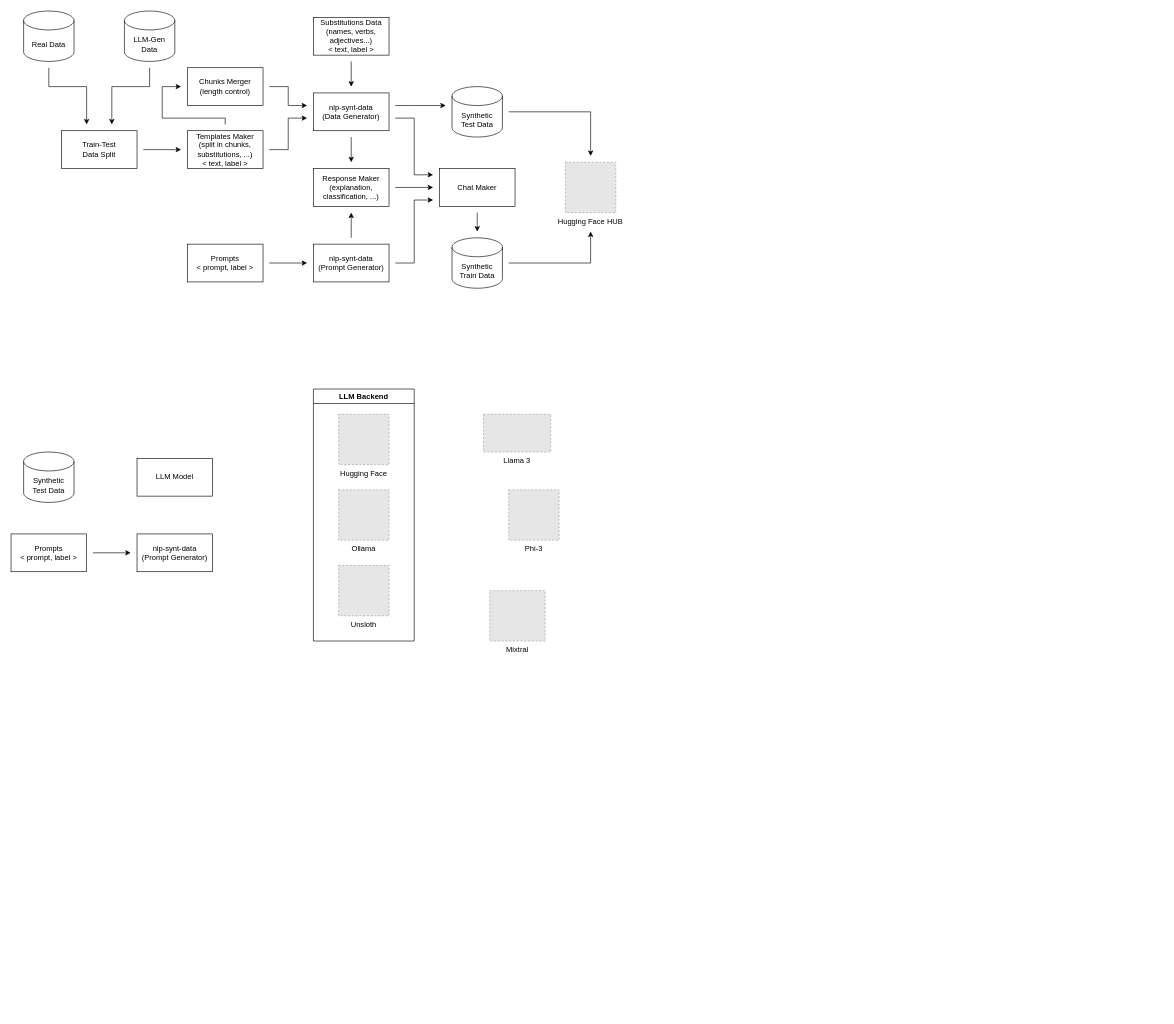
Above: assets/pipeline.drawio in tommasoromano/unimi-language-detection (draw.io), before the change. Source tidied: cells renumbered, new cells numbered last; positions are measured from the earlier drawing's top-left corner, leaving out a move shared by most shapes. Both pictures are drawn from the tidied source at 63%, with x=0, y=0 at pixel (11, 11). Pictures stored in the file or linked from it are replaced by grey dashed boxes.
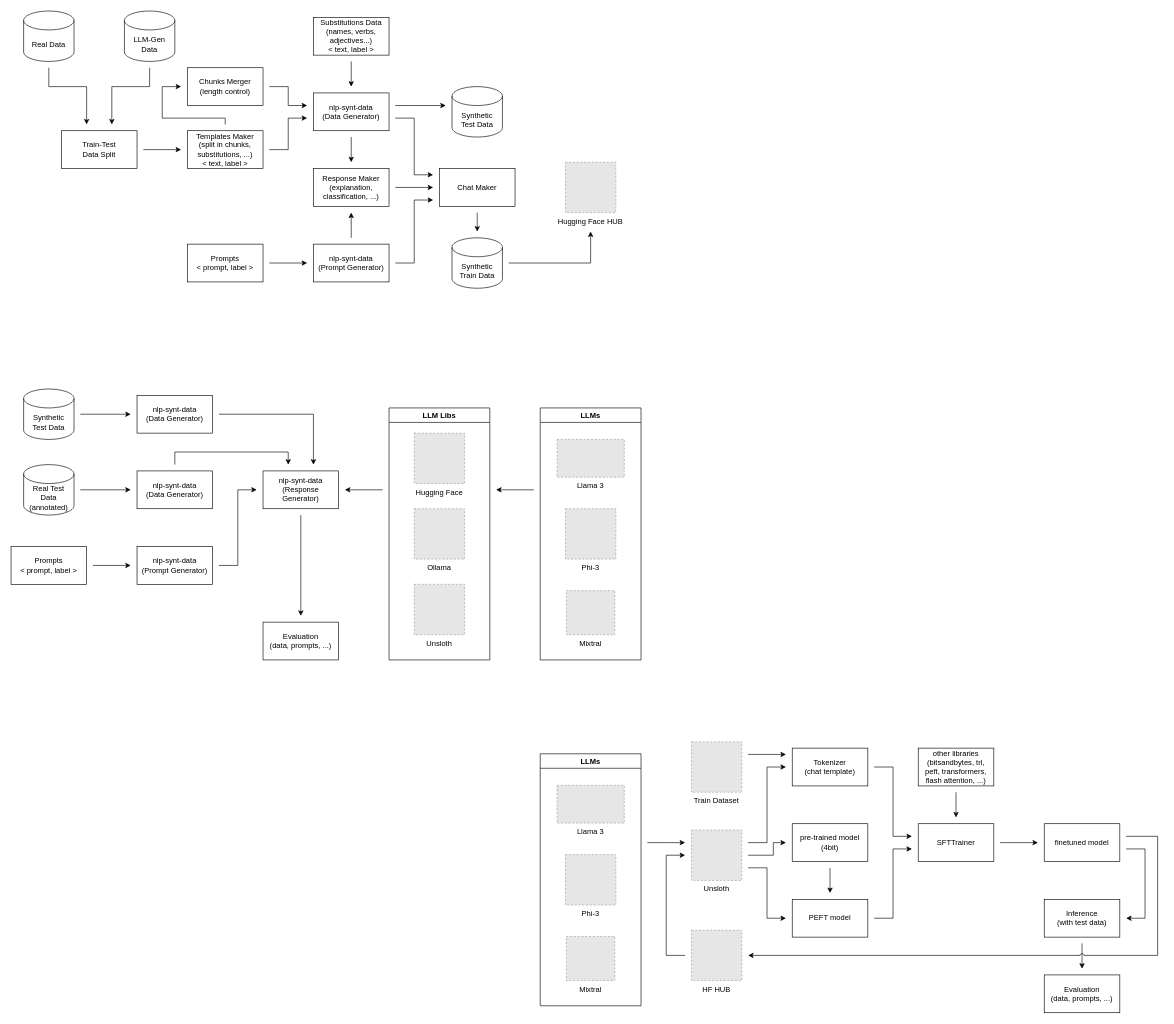
After the change.

The change refers to these unchanged cells:
```xml
<mxCell id="19" value="Hugging Face HUB" style="fillColor=#E6E6E6;strokeColor=#999999;dashed=1;verticalLabelPosition=bottom;labelBackgroundColor=default;verticalAlign=top;" parent="1" vertex="1">
  <mxGeometry x="880" y="240" width="80" height="80" as="geometry" />
</mxCell>
<mxCell id="30" value="Synthetic&lt;div&gt;Test Data&lt;/div&gt;" style="shape=cylinder3;whiteSpace=wrap;html=1;boundedLbl=1;backgroundOutline=1;size=15;" parent="1" vertex="1">
  <mxGeometry x="700" y="120" width="80" height="80" as="geometry" />
</mxCell>
```

Diff of the diagram source:
```diff
@@
-    <mxCell id="29" style="edgeStyle=orthogonalEdgeStyle;rounded=0;jettySize=auto;html=1;targetPerimeterSpacing=10;sourcePerimeterSpacing=10;" parent="1" edge="1" source="30" target="19">
-      <mxGeometry relative="1" as="geometry" />
-    </mxCell>
@@
+    <mxCell id="45" style="edgeStyle=orthogonalEdgeStyle;rounded=0;jettySize=auto;html=1;targetPerimeterSpacing=10;sourcePerimeterSpacing=10;" parent="1" edge="1" source="33" target="37">
+      <mxGeometry relative="1" as="geometry" />
+    </mxCell>
-    <mxCell id="33" value="Synthetic&lt;div&gt;Test Data&lt;/div&gt;" style="shape=cylinder3;whiteSpace=wrap;html=1;boundedLbl=1;backgroundOutline=1;size=15;" parent="1" vertex="1">
-      <mxGeometry x="20" y="700" width="80" height="80" as="geometry" />
+    <mxCell id="33" value="&lt;span style=&quot;background-color: initial;&quot;&gt;Real Test Data&lt;/span&gt;&lt;div&gt;&lt;span style=&quot;background-color: initial;&quot;&gt;(annotated)&lt;/span&gt;&lt;/div&gt;" style="shape=cylinder3;whiteSpace=wrap;html=1;boundedLbl=1;backgroundOutline=1;size=15;" parent="1" vertex="1">
+      <mxGeometry x="20" y="720" width="80" height="80" as="geometry" />
     </mxCell>
@@
     <mxCell id="35" value="Prompts&lt;div&gt;&amp;lt; prompt, label &amp;gt;&lt;/div&gt;" style="whiteSpace=wrap;html=1;" parent="1" vertex="1">
-      <mxGeometry y="830" width="120" height="60" as="geometry" />
+      <mxGeometry y="850" width="120" height="60" as="geometry" />
     </mxCell>
+    <mxCell id="46" style="edgeStyle=orthogonalEdgeStyle;rounded=0;jettySize=auto;html=1;targetPerimeterSpacing=10;sourcePerimeterSpacing=10;" parent="1" edge="1" source="36" target="56">
+      <mxGeometry relative="1" as="geometry">
+        <Array as="points">
+          <mxPoint x="360" y="880" />
+          <mxPoint x="360" y="760" />
+        </Array>
+      </mxGeometry>
+    </mxCell>
     <mxCell id="36" value="nlp-synt-data&lt;div&gt;(Prompt Generator)&lt;/div&gt;" style="whiteSpace=wrap;html=1;" parent="1" vertex="1">
-      <mxGeometry x="200" y="830" width="120" height="60" as="geometry" />
+      <mxGeometry x="200" y="850" width="120" height="60" as="geometry" />
     </mxCell>
+    <mxCell id="47" style="edgeStyle=orthogonalEdgeStyle;rounded=0;jettySize=auto;html=1;targetPerimeterSpacing=10;sourcePerimeterSpacing=10;" parent="1" edge="1" source="37" target="56">
+      <mxGeometry relative="1" as="geometry">
+        <Array as="points">
+          <mxPoint x="260" y="700" />
+          <mxPoint x="440" y="700" />
+        </Array>
+      </mxGeometry>
+    </mxCell>
-    <mxCell id="37" value="LLM Model" style="whiteSpace=wrap;html=1;" parent="1" vertex="1">
-      <mxGeometry x="200" y="710" width="120" height="60" as="geometry" />
+    <mxCell id="37" value="nlp-synt-data&lt;div&gt;(Data Generator)&lt;/div&gt;" style="whiteSpace=wrap;html=1;" parent="1" vertex="1">
+      <mxGeometry x="200" y="730" width="120" height="60" as="geometry" />
     </mxCell>
+    <mxCell id="48" style="edgeStyle=orthogonalEdgeStyle;rounded=0;jettySize=auto;html=1;targetPerimeterSpacing=10;sourcePerimeterSpacing=10;" parent="1" edge="1" source="38" target="56">
+      <mxGeometry relative="1" as="geometry">
+        <Array as="points">
+          <mxPoint x="560" y="760" />
+          <mxPoint x="560" y="760" />
+        </Array>
+      </mxGeometry>
+    </mxCell>
-    <mxCell id="38" value="LLM Backend" style="swimlane;" parent="1" vertex="1">
-      <mxGeometry x="480" y="600" width="160" height="400" as="geometry" />
+    <mxCell id="38" value="LLM Libs" style="swimlane;" parent="1" vertex="1">
+      <mxGeometry x="600" y="630" width="160" height="400" as="geometry" />
     </mxCell>
@@
+    <mxCell id="49" style="edgeStyle=orthogonalEdgeStyle;rounded=0;jettySize=auto;html=1;targetPerimeterSpacing=10;sourcePerimeterSpacing=10;" parent="1" edge="1" source="50" target="38">
+      <mxGeometry relative="1" as="geometry">
+        <Array as="points">
+          <mxPoint x="780" y="760" />
+          <mxPoint x="780" y="760" />
+        </Array>
+      </mxGeometry>
+    </mxCell>
+    <mxCell id="50" value="LLMs" style="swimlane;" parent="1" vertex="1">
+      <mxGeometry x="840" y="630" width="160" height="400" as="geometry" />
+    </mxCell>
-    <mxCell id="42" value="Llama 3" style="fillColor=#E6E6E6;strokeColor=#999999;dashed=1;verticalLabelPosition=bottom;labelBackgroundColor=default;verticalAlign=top;" parent="1" vertex="1">
-      <mxGeometry x="750" y="640" width="106.7" height="60" as="geometry" />
+    <mxCell id="42" value="Llama 3" style="fillColor=#E6E6E6;strokeColor=#999999;dashed=1;verticalLabelPosition=bottom;labelBackgroundColor=default;verticalAlign=top;" parent="50" vertex="1">
+      <mxGeometry x="26.7" y="50" width="106.7" height="60" as="geometry" />
     </mxCell>
-    <mxCell id="43" value="Phi-3" style="fillColor=#E6E6E6;strokeColor=#999999;dashed=1;verticalLabelPosition=bottom;labelBackgroundColor=default;verticalAlign=top;" parent="1" vertex="1">
-      <mxGeometry x="790" y="760" width="80" height="80" as="geometry" />
+    <mxCell id="43" value="Phi-3" style="fillColor=#E6E6E6;strokeColor=#999999;dashed=1;verticalLabelPosition=bottom;labelBackgroundColor=default;verticalAlign=top;" parent="50" vertex="1">
+      <mxGeometry x="40" y="160" width="80" height="80" as="geometry" />
     </mxCell>
-    <mxCell id="44" value="Mixtral" style="fillColor=#E6E6E6;strokeColor=#999999;dashed=1;verticalLabelPosition=bottom;labelBackgroundColor=default;verticalAlign=top;" parent="1" vertex="1">
-      <mxGeometry x="760" y="920" width="87.9" height="80" as="geometry" />
+    <mxCell id="44" value="Mixtral" style="fillColor=#E6E6E6;strokeColor=#999999;dashed=1;verticalLabelPosition=bottom;labelBackgroundColor=default;verticalAlign=top;" parent="50" vertex="1">
+      <mxGeometry x="41.5" y="290" width="76.9" height="70" as="geometry" />
     </mxCell>
+    <mxCell id="51" style="edgeStyle=orthogonalEdgeStyle;rounded=0;jettySize=auto;html=1;targetPerimeterSpacing=10;sourcePerimeterSpacing=10;" parent="1" edge="1" source="52" target="54">
+      <mxGeometry relative="1" as="geometry" />
+    </mxCell>
+    <mxCell id="52" value="Synthetic&lt;div&gt;Test Data&lt;/div&gt;" style="shape=cylinder3;whiteSpace=wrap;html=1;boundedLbl=1;backgroundOutline=1;size=15;" parent="1" vertex="1">
+      <mxGeometry x="20" y="600" width="80" height="80" as="geometry" />
+    </mxCell>
+    <mxCell id="53" style="edgeStyle=orthogonalEdgeStyle;rounded=0;jettySize=auto;html=1;targetPerimeterSpacing=10;sourcePerimeterSpacing=10;" parent="1" edge="1" source="54" target="56">
+      <mxGeometry relative="1" as="geometry">
+        <Array as="points">
+          <mxPoint x="480" y="640" />
+        </Array>
+      </mxGeometry>
+    </mxCell>
+    <mxCell id="54" value="nlp-synt-data&lt;div&gt;(Data Generator)&lt;/div&gt;" style="whiteSpace=wrap;html=1;" parent="1" vertex="1">
+      <mxGeometry x="200" y="610" width="120" height="60" as="geometry" />
+    </mxCell>
+    <mxCell id="55" style="edgeStyle=orthogonalEdgeStyle;rounded=0;jettySize=auto;html=1;targetPerimeterSpacing=10;sourcePerimeterSpacing=10;" parent="1" edge="1" source="56" target="57">
+      <mxGeometry relative="1" as="geometry" />
+    </mxCell>
+    <mxCell id="56" value="nlp-synt-data&lt;div&gt;(Response Generator)&lt;/div&gt;" style="whiteSpace=wrap;html=1;" parent="1" vertex="1">
+      <mxGeometry x="400" y="730" width="120" height="60" as="geometry" />
+    </mxCell>
+    <mxCell id="57" value="Evaluation&lt;div&gt;(data, prompts, ...)&lt;/div&gt;" style="whiteSpace=wrap;html=1;" parent="1" vertex="1">
+      <mxGeometry x="400" y="970" width="120" height="60" as="geometry" />
+    </mxCell>
+    <mxCell id="58" style="edgeStyle=orthogonalEdgeStyle;rounded=0;jettySize=auto;html=1;targetPerimeterSpacing=10;sourcePerimeterSpacing=10;" parent="1" edge="1" source="59" target="70">
+      <mxGeometry relative="1" as="geometry">
+        <Array as="points">
+          <mxPoint x="1040" y="1320" />
+          <mxPoint x="1040" y="1320" />
+        </Array>
+      </mxGeometry>
+    </mxCell>
+    <mxCell id="59" value="LLMs" style="swimlane;" parent="1" vertex="1">
+      <mxGeometry x="840" y="1179" width="160" height="400" as="geometry" />
+    </mxCell>
+    <mxCell id="60" value="Llama 3" style="fillColor=#E6E6E6;strokeColor=#999999;dashed=1;verticalLabelPosition=bottom;labelBackgroundColor=default;verticalAlign=top;" parent="59" vertex="1">
+      <mxGeometry x="26.7" y="50" width="106.7" height="60" as="geometry" />
+    </mxCell>
+    <mxCell id="61" value="Phi-3" style="fillColor=#E6E6E6;strokeColor=#999999;dashed=1;verticalLabelPosition=bottom;labelBackgroundColor=default;verticalAlign=top;" parent="59" vertex="1">
+      <mxGeometry x="40" y="160" width="80" height="80" as="geometry" />
+    </mxCell>
+    <mxCell id="62" value="Mixtral" style="fillColor=#E6E6E6;strokeColor=#999999;dashed=1;verticalLabelPosition=bottom;labelBackgroundColor=default;verticalAlign=top;" parent="59" vertex="1">
+      <mxGeometry x="41.5" y="290" width="76.9" height="70" as="geometry" />
+    </mxCell>
+    <mxCell id="63" style="edgeStyle=orthogonalEdgeStyle;rounded=0;jettySize=auto;html=1;targetPerimeterSpacing=10;sourcePerimeterSpacing=10;" parent="1" edge="1" source="64" target="72">
+      <mxGeometry relative="1" as="geometry">
+        <Array as="points">
+          <mxPoint x="1200" y="1180" />
+          <mxPoint x="1200" y="1180" />
+        </Array>
+      </mxGeometry>
+    </mxCell>
+    <mxCell id="64" value="Train Dataset" style="fillColor=#E6E6E6;strokeColor=#999999;dashed=1;verticalLabelPosition=bottom;labelBackgroundColor=default;verticalAlign=top;" parent="1" vertex="1">
+      <mxGeometry x="1080" y="1160" width="80" height="80" as="geometry" />
+    </mxCell>
+    <mxCell id="65" style="edgeStyle=orthogonalEdgeStyle;rounded=0;jettySize=auto;html=1;targetPerimeterSpacing=10;sourcePerimeterSpacing=10;" parent="1" edge="1" source="66" target="86">
+      <mxGeometry relative="1" as="geometry" />
+    </mxCell>
+    <mxCell id="66" value="Inference&lt;div&gt;(with test data)&lt;/div&gt;" style="whiteSpace=wrap;html=1;" parent="1" vertex="1">
+      <mxGeometry x="1640" y="1410" width="120" height="60" as="geometry" />
+    </mxCell>
+    <mxCell id="67" style="edgeStyle=orthogonalEdgeStyle;rounded=0;jettySize=auto;html=1;targetPerimeterSpacing=10;sourcePerimeterSpacing=10;" parent="1" edge="1" source="70" target="72">
+      <mxGeometry relative="1" as="geometry">
+        <Array as="points">
+          <mxPoint x="1200" y="1320" />
+          <mxPoint x="1200" y="1200" />
+        </Array>
+      </mxGeometry>
+    </mxCell>
+    <mxCell id="68" style="edgeStyle=orthogonalEdgeStyle;rounded=0;jettySize=auto;html=1;targetPerimeterSpacing=10;sourcePerimeterSpacing=10;" parent="1" edge="1" source="70" target="80">
+      <mxGeometry relative="1" as="geometry">
+        <Array as="points">
+          <mxPoint x="1210" y="1340" />
+          <mxPoint x="1210" y="1320" />
+        </Array>
+      </mxGeometry>
+    </mxCell>
+    <mxCell id="69" style="edgeStyle=orthogonalEdgeStyle;rounded=0;jettySize=auto;html=1;targetPerimeterSpacing=10;sourcePerimeterSpacing=10;" parent="1" edge="1" source="70" target="82">
+      <mxGeometry relative="1" as="geometry">
+        <Array as="points">
+          <mxPoint x="1200" y="1360" />
+          <mxPoint x="1200" y="1440" />
+        </Array>
+      </mxGeometry>
+    </mxCell>
+    <mxCell id="70" value="Unsloth" style="fillColor=#E6E6E6;strokeColor=#999999;dashed=1;verticalLabelPosition=bottom;labelBackgroundColor=default;verticalAlign=top;" parent="1" vertex="1">
+      <mxGeometry x="1080" y="1300" width="80" height="80" as="geometry" />
+    </mxCell>
+    <mxCell id="71" style="edgeStyle=orthogonalEdgeStyle;rounded=0;jettySize=auto;html=1;targetPerimeterSpacing=10;sourcePerimeterSpacing=10;" parent="1" edge="1" source="72" target="76">
+      <mxGeometry relative="1" as="geometry">
+        <Array as="points">
+          <mxPoint x="1400" y="1200" />
+          <mxPoint x="1400" y="1310" />
+        </Array>
+      </mxGeometry>
+    </mxCell>
+    <mxCell id="72" value="Tokenizer&lt;div&gt;(chat template)&lt;/div&gt;" style="whiteSpace=wrap;html=1;" parent="1" vertex="1">
+      <mxGeometry x="1240" y="1170" width="120" height="60" as="geometry" />
+    </mxCell>
+    <mxCell id="73" style="edgeStyle=orthogonalEdgeStyle;rounded=0;jettySize=auto;html=1;targetPerimeterSpacing=10;sourcePerimeterSpacing=10;" parent="1" edge="1" source="74" target="76">
+      <mxGeometry relative="1" as="geometry" />
+    </mxCell>
+    <mxCell id="74" value="&lt;div&gt;other libraries&lt;/div&gt;&lt;div&gt;(bitsandbytes,&amp;nbsp;&lt;span style=&quot;background-color: initial;&quot;&gt;trl, peft, transformers, flash attention, ...)&lt;/span&gt;&lt;/div&gt;" style="whiteSpace=wrap;html=1;" parent="1" vertex="1">
+      <mxGeometry x="1440" y="1170" width="120" height="60" as="geometry" />
+    </mxCell>
+    <mxCell id="75" style="edgeStyle=orthogonalEdgeStyle;rounded=0;jettySize=auto;html=1;targetPerimeterSpacing=10;sourcePerimeterSpacing=10;" parent="1" edge="1" source="76" target="85">
+      <mxGeometry relative="1" as="geometry" />
+    </mxCell>
+    <mxCell id="76" value="&lt;div&gt;&lt;span style=&quot;background-color: initial;&quot;&gt;SFTTrainer&lt;/span&gt;&lt;/div&gt;" style="whiteSpace=wrap;html=1;" parent="1" vertex="1">
+      <mxGeometry x="1440" y="1290" width="120" height="60" as="geometry" />
+    </mxCell>
+    <mxCell id="77" style="edgeStyle=orthogonalEdgeStyle;rounded=0;jettySize=auto;html=1;sourcePerimeterSpacing=10;targetPerimeterSpacing=10;" parent="1" edge="1" source="78" target="70">
+      <mxGeometry relative="1" as="geometry">
+        <Array as="points">
+          <mxPoint x="1040" y="1499" />
+          <mxPoint x="1040" y="1340" />
+        </Array>
+      </mxGeometry>
+    </mxCell>
+    <mxCell id="78" value="HF HUB" style="fillColor=#E6E6E6;strokeColor=#999999;dashed=1;verticalLabelPosition=bottom;labelBackgroundColor=default;verticalAlign=top;" parent="1" vertex="1">
+      <mxGeometry x="1080" y="1459" width="80" height="80" as="geometry" />
+    </mxCell>
+    <mxCell id="79" style="edgeStyle=orthogonalEdgeStyle;rounded=0;jettySize=auto;html=1;targetPerimeterSpacing=10;sourcePerimeterSpacing=10;" parent="1" edge="1" source="80" target="82">
+      <mxGeometry relative="1" as="geometry" />
+    </mxCell>
+    <mxCell id="80" value="&lt;div&gt;pre-trained model&lt;/div&gt;&lt;div&gt;(4bit)&lt;/div&gt;" style="whiteSpace=wrap;html=1;" parent="1" vertex="1">
+      <mxGeometry x="1240" y="1290" width="120" height="60" as="geometry" />
+    </mxCell>
+    <mxCell id="81" style="edgeStyle=orthogonalEdgeStyle;rounded=0;jettySize=auto;html=1;targetPerimeterSpacing=10;sourcePerimeterSpacing=10;" parent="1" edge="1" source="82" target="76">
+      <mxGeometry relative="1" as="geometry">
+        <Array as="points">
+          <mxPoint x="1400" y="1440" />
+          <mxPoint x="1400" y="1330" />
+        </Array>
+      </mxGeometry>
+    </mxCell>
+    <mxCell id="82" value="&lt;div&gt;&lt;span style=&quot;background-color: initial;&quot;&gt;PEFT model&lt;/span&gt;&lt;/div&gt;" style="whiteSpace=wrap;html=1;" parent="1" vertex="1">
+      <mxGeometry x="1240" y="1410" width="120" height="60" as="geometry" />
+    </mxCell>
+    <mxCell id="83" style="edgeStyle=orthogonalEdgeStyle;rounded=0;jettySize=auto;html=1;targetPerimeterSpacing=10;sourcePerimeterSpacing=10;jumpStyle=arc;" parent="1" edge="1" source="85" target="78">
+      <mxGeometry relative="1" as="geometry">
+        <Array as="points">
+          <mxPoint x="1820" y="1310" />
+          <mxPoint x="1820" y="1499" />
+        </Array>
+      </mxGeometry>
+    </mxCell>
+    <mxCell id="84" style="edgeStyle=orthogonalEdgeStyle;rounded=0;jettySize=auto;html=1;targetPerimeterSpacing=10;sourcePerimeterSpacing=10;" parent="1" edge="1" source="85" target="66">
+      <mxGeometry relative="1" as="geometry">
+        <Array as="points">
+          <mxPoint x="1800" y="1330" />
+          <mxPoint x="1800" y="1440" />
+        </Array>
+      </mxGeometry>
+    </mxCell>
+    <mxCell id="85" value="finetuned model" style="whiteSpace=wrap;html=1;" parent="1" vertex="1">
+      <mxGeometry x="1640" y="1290" width="120" height="60" as="geometry" />
+    </mxCell>
+    <mxCell id="86" value="Evaluation&lt;div&gt;(data, prompts, ...)&lt;/div&gt;" style="whiteSpace=wrap;html=1;" parent="1" vertex="1">
+      <mxGeometry x="1640" y="1530" width="120" height="60" as="geometry" />
+    </mxCell>
```
